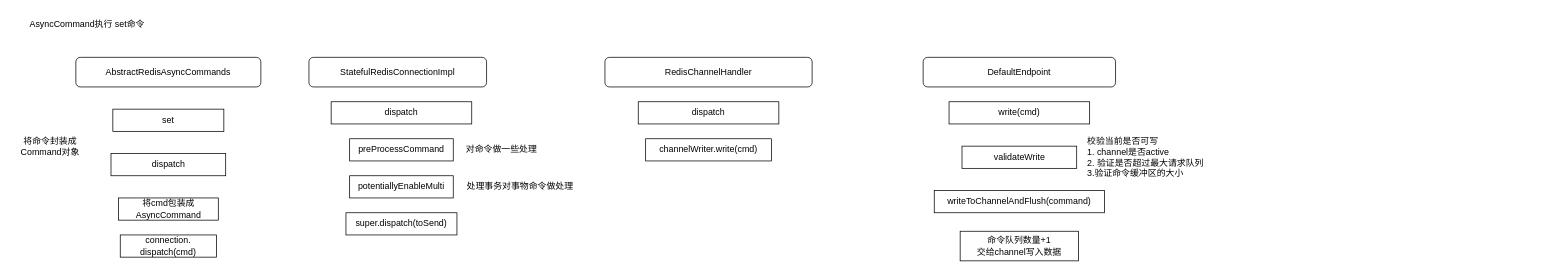
Earlier version of the draw.io diagram lettuce底层源码.drawio (Ordertiny/graph). Source tidied: cells renumbered, new cells numbered last; positions are measured from the earlier drawing's top-left corner, leaving out a move shared by most shapes. Both pictures are drawn from the tidied source at 74%, with x=0, y=0 at pixel (13, 13).
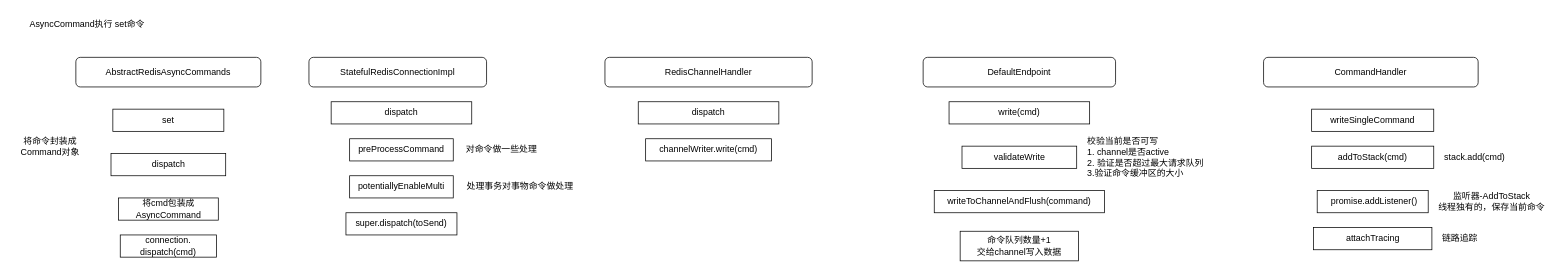
The same diagram, later.

Commit message:
更新lettuce底层源码.drawio

The edit, as a diff of the source:
```diff
@@
+    <mxCell id="25" value="CommandHandler" style="rounded=1;whiteSpace=wrap;html=1;" parent="1" vertex="1">
+      <mxGeometry x="1690" y="60" width="290" height="40" as="geometry" />
+    </mxCell>
+    <mxCell id="26" value="writeSingleCommand" style="whiteSpace=wrap;html=1;" parent="1" vertex="1">
+      <mxGeometry x="1755" y="130" width="165" height="30" as="geometry" />
+    </mxCell>
+    <mxCell id="27" value="addToStack(cmd)" style="whiteSpace=wrap;html=1;" parent="1" vertex="1">
+      <mxGeometry x="1755" y="180" width="165" height="30" as="geometry" />
+    </mxCell>
+    <mxCell id="28" value="stack.add(cmd)" style="text;html=1;align=center;verticalAlign=middle;strokeColor=none;fillColor=none;" parent="1" vertex="1">
+      <mxGeometry x="1920" y="180" width="110" height="30" as="geometry" />
+    </mxCell>
+    <mxCell id="29" value="&amp;nbsp;promise.addListener()" style="whiteSpace=wrap;html=1;" parent="1" vertex="1">
+      <mxGeometry x="1762.5" y="240" width="150" height="30" as="geometry" />
+    </mxCell>
+    <mxCell id="30" value="监听器-AddToStack&lt;br&gt;线程独有的，保存当前命令" style="text;html=1;align=center;verticalAlign=middle;strokeColor=none;fillColor=none;" parent="1" vertex="1">
+      <mxGeometry x="1912.5" y="235" width="170" height="40" as="geometry" />
+    </mxCell>
+    <mxCell id="31" value="链路追踪" style="text;html=1;align=center;verticalAlign=middle;strokeColor=none;fillColor=none;" parent="1" vertex="1">
+      <mxGeometry x="1920" y="290" width="70" height="30" as="geometry" />
+    </mxCell>
+    <mxCell id="32" value="attachTracing" style="whiteSpace=wrap;html=1;" parent="1" vertex="1">
+      <mxGeometry x="1757.5" y="290" width="160" height="30" as="geometry" />
+    </mxCell>
```
